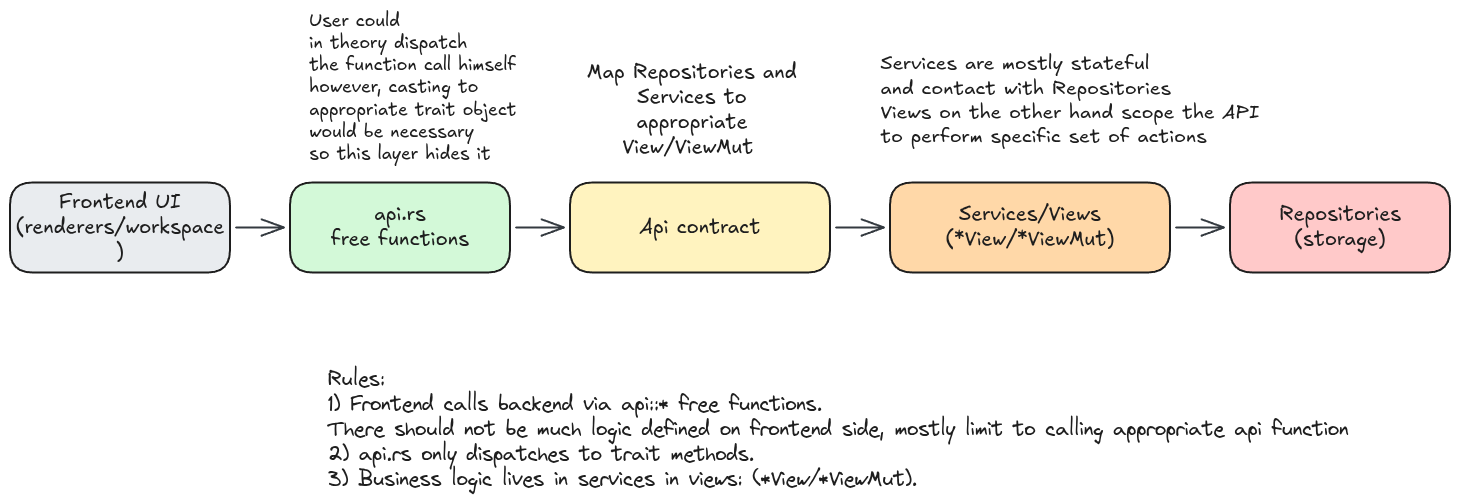
skullim/beetry keeps this Excalidraw diagram as beetry-editor-backend/docs/layers.excalidraw.png. Above is the earlier version. Source tidied: one line per element, renumbered; positions are measured from the earlier drawing's top-left corner, leaving out a move shared by most shapes.
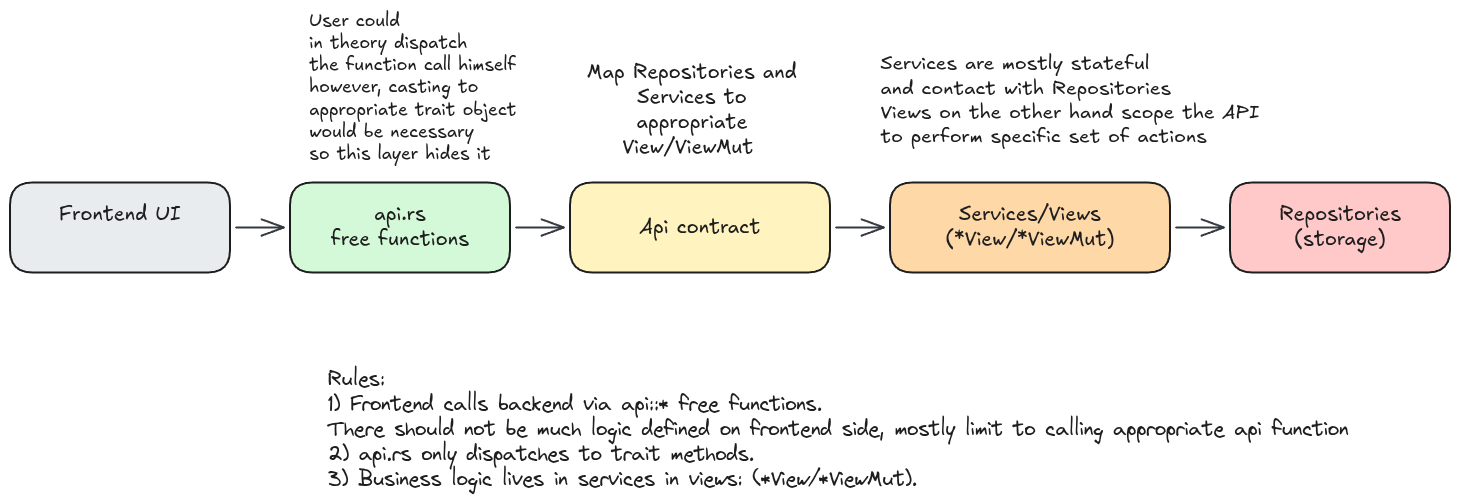
After the change.

What changed in the source:
```diff
@@ -1,5 +1,5 @@
 {"id": 0, "type": "rectangle", "strokeColor": "#1e1e1e", "backgroundColor": "#e9ecef", "fillStyle": "solid", "strokeWidth": 2, "roughness": 0, "round": true, "x": 0, "y": 172, "width": 220, "height": 90}
-{"id": 1, "type": "text", "text": "Frontend UI\n(renderers/workspace\n)", "strokeColor": "#1e1e1e", "strokeWidth": 2, "roughness": 1, "fontSize": 20, "fontFamily": 5, "textAlign": "center", "verticalAlign": "middle", "inside": 0, "x": 6, "y": 180, "width": 208, "height": 75}
+{"id": 1, "type": "text", "text": "Frontend UI\n", "strokeColor": "#1e1e1e", "strokeWidth": 2, "roughness": 1, "fontSize": 20, "fontFamily": 5, "textAlign": "center", "verticalAlign": "middle", "inside": 0, "x": 49, "y": 192, "width": 122, "height": 50}
 {"id": 2, "type": "rectangle", "strokeColor": "#1e1e1e", "backgroundColor": "#d3f9d8", "fillStyle": "solid", "strokeWidth": 2, "roughness": 0, "round": true, "x": 280, "y": 172, "width": 220, "height": 90}
 {"id": 3, "type": "text", "text": "api.rs\nfree functions", "strokeColor": "#1e1e1e", "strokeWidth": 2, "roughness": 1, "fontSize": 20, "fontFamily": 5, "textAlign": "center", "verticalAlign": "middle", "inside": 2, "x": 321, "y": 192, "width": 138, "height": 50}
 {"id": 4, "type": "rectangle", "strokeColor": "#1e1e1e", "backgroundColor": "#fff3bf", "fillStyle": "solid", "strokeWidth": 2, "roughness": 0, "round": true, "x": 560, "y": 172, "width": 260, "height": 90}
```
